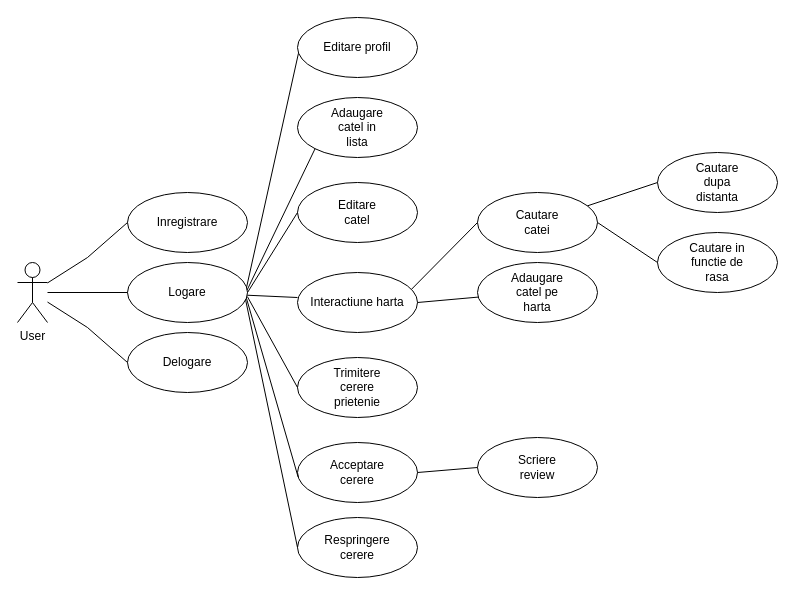
Earlier version of the draw.io diagram Untitled Diagram.drawio (andreeabuzuriu11/Tema1-C). Source tidied: cells renumbered, new cells numbered last; positions are measured from the earlier drawing's top-left corner, leaving out a move shared by most shapes. Both pictures are drawn from the tidied source at 100%, with x=0, y=0 at pixel (17, 17).
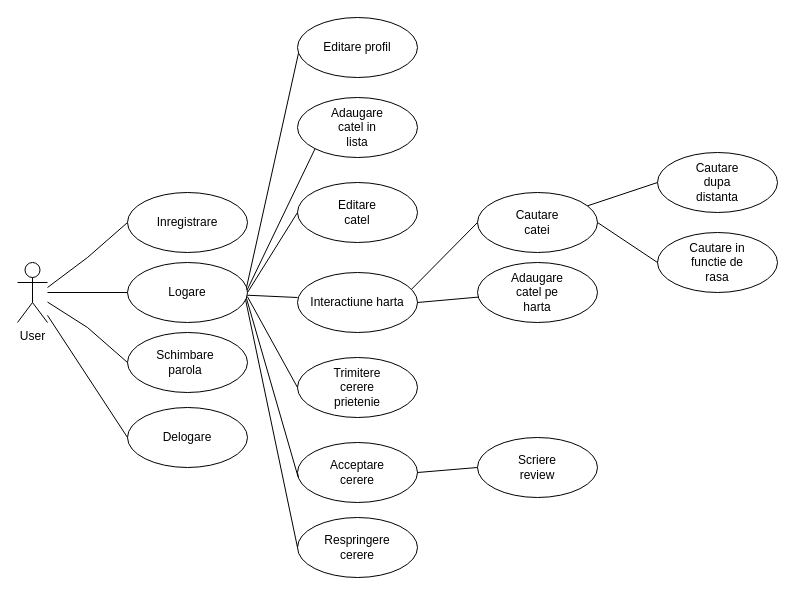
The same diagram, later.

Unchanged cells that the change refers to:
```xml
<mxCell id="2" value="User" style="shape=umlActor;verticalLabelPosition=bottom;verticalAlign=top;html=1;outlineConnect=0;" parent="1" vertex="1">
  <mxGeometry y="245" width="30" height="60" as="geometry" />
</mxCell>
```

Change to the diagram source:
```diff
@@
-    <mxCell id="8" value="Delogare" style="text;html=1;strokeColor=none;fillColor=none;align=center;verticalAlign=middle;whiteSpace=wrap;rounded=0;" parent="1" vertex="1">
-      <mxGeometry x="140" y="330" width="60" height="30" as="geometry" />
+    <mxCell id="8" value="Schimbare parola" style="text;html=1;strokeColor=none;fillColor=none;align=center;verticalAlign=middle;whiteSpace=wrap;rounded=0;" parent="1" vertex="1">
+      <mxGeometry x="138" y="330" width="60" height="30" as="geometry" />
     </mxCell>
@@
-    <mxCell id="33" style="endArrow=none;html=1;rounded=0;" parent="1" edge="1" source="2">
+    <mxCell id="33" style="endArrow=none;html=1;rounded=0;" parent="1" edge="1">
       <mxGeometry relative="1" as="geometry">
+        <mxPoint x="30" y="270" as="sourcePoint" />
         <mxPoint x="110" y="205" as="targetPoint" />
         <Array as="points">
           <mxPoint x="70" y="240" />
         </Array>
       </mxGeometry>
     </mxCell>
@@
+    <mxCell id="47" style="ellipse;whiteSpace=wrap;html=1;" parent="1" vertex="1">
+      <mxGeometry x="110" y="390" width="120" height="60" as="geometry" />
+    </mxCell>
+    <mxCell id="48" value="Delogare" style="text;html=1;strokeColor=none;fillColor=none;align=center;verticalAlign=middle;whiteSpace=wrap;rounded=0;" parent="1" vertex="1">
+      <mxGeometry x="140" y="405" width="60" height="30" as="geometry" />
+    </mxCell>
+    <mxCell id="49" style="endArrow=none;html=1;rounded=0;entryX=0;entryY=0.5;entryDx=0;entryDy=0;" parent="1" edge="1" source="2" target="47">
+      <mxGeometry relative="1" as="geometry" />
+    </mxCell>
```
